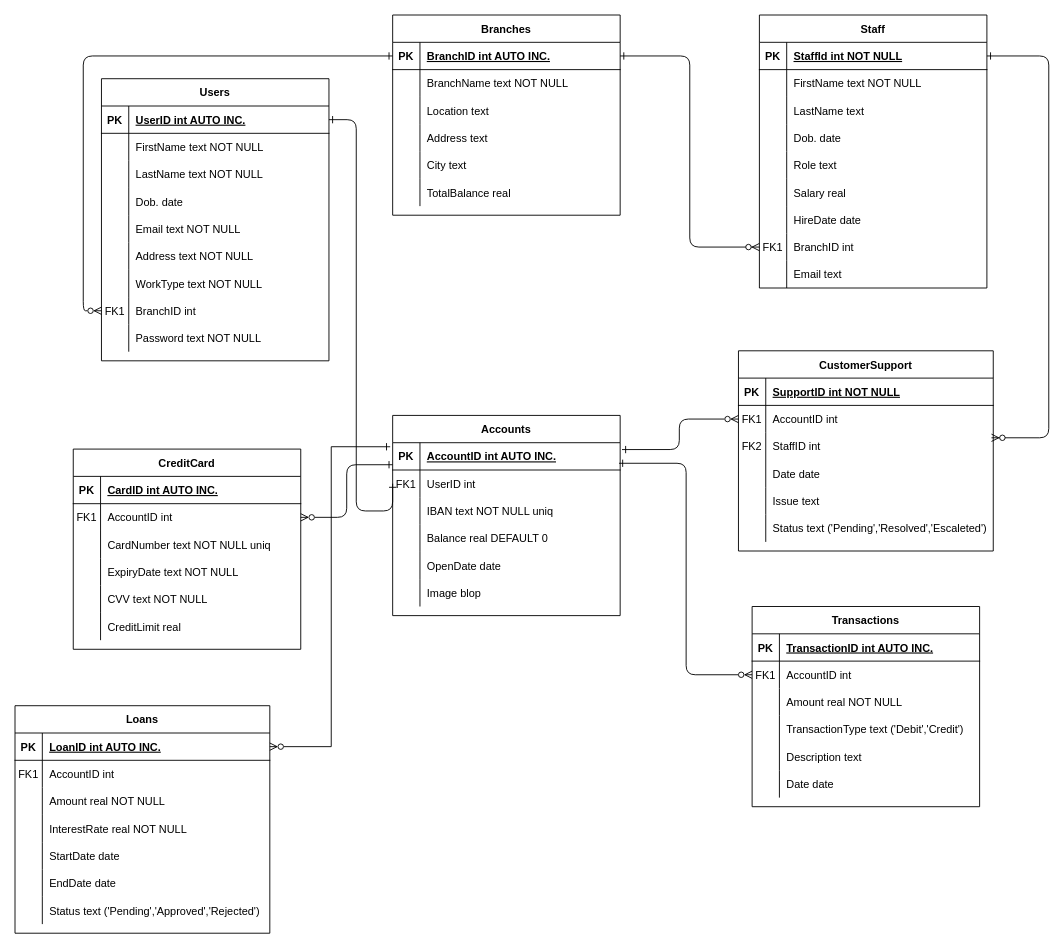
Above: NoteBank.drawio in Eneuss/NoteBank (draw.io), before the change. Source tidied: cells renumbered, new cells numbered last; positions are measured from the earlier drawing's top-left corner, leaving out a move shared by most shapes. Both pictures are drawn from the tidied source at 91%, with x=0, y=0 at pixel (15, 15).
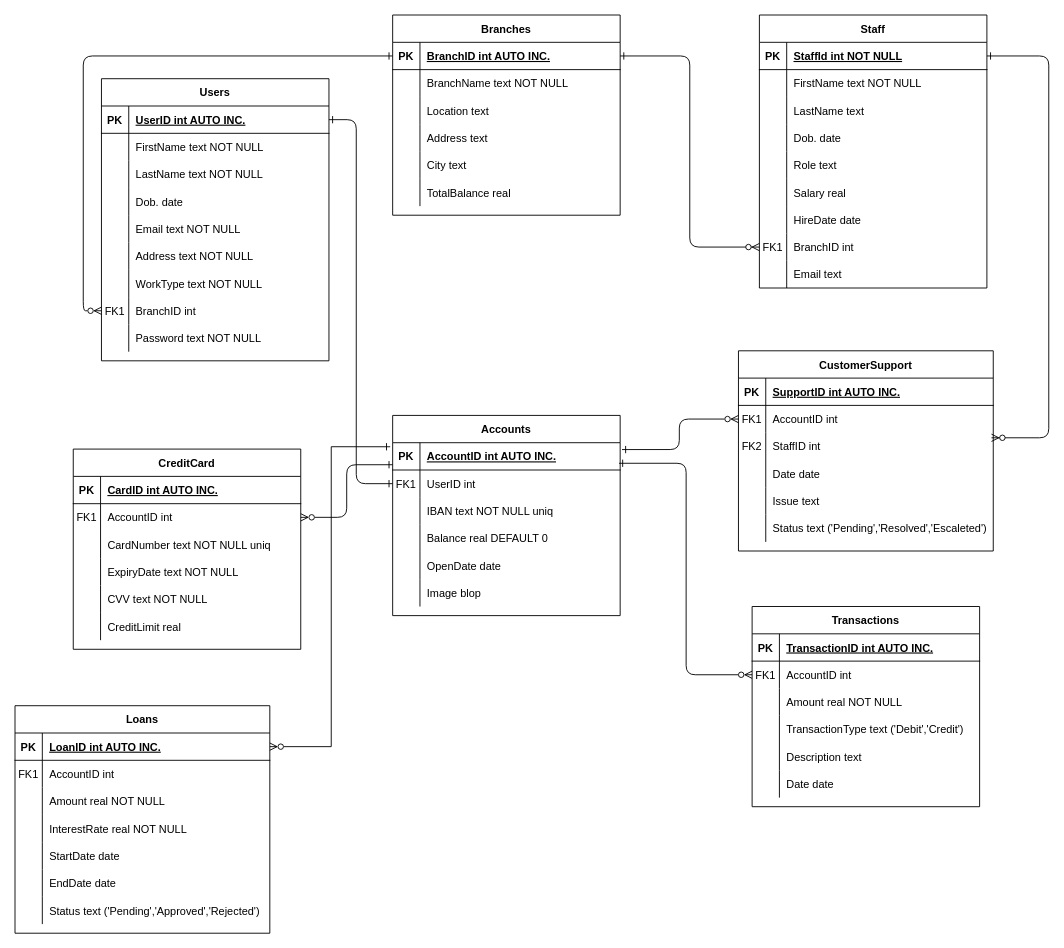
The same diagram, later.

Unchanged cells that the change refers to:
```xml
<mxCell id="33" style="shape=partialRectangle;fillColor=none;top=0;left=0;right=0;bottom=1;" parent="32" vertex="1">
  <mxGeometry y="30" width="280" height="30" as="geometry" />
</mxCell>
<mxCell id="71" style="shape=partialRectangle;fillColor=none;points=[[0,0.5],[1,0.5]];portConstraint=eastwest;top=0;left=0;right=0;bottom=1;" parent="70" vertex="1">
  <mxGeometry y="30" width="250" height="30" as="geometry" />
</mxCell>
<mxCell id="102" style="shape=partialRectangle;fillColor=none;points=[[0,0.5],[1,0.5]];portConstraint=eastwest;top=0;left=0;right=0;bottom=0;" parent="98" vertex="1">
  <mxGeometry y="60" width="250" height="30" as="geometry" />
</mxCell>
```

Change to the diagram source:
```diff
@@
-    <mxCell id="35" value="SupportID int NOT NULL " style="shape=partialRectangle;overflow=hidden;fillColor=none;top=0;left=0;bottom=0;right=0;align=left;spacingLeft=6;fontStyle=5;" parent="33" vertex="1">
+    <mxCell id="35" value="SupportID int AUTO INC. " style="shape=partialRectangle;overflow=hidden;fillColor=none;top=0;left=0;bottom=0;right=0;align=left;spacingLeft=6;fontStyle=5;" parent="33" vertex="1">
       <mxGeometry x="30" width="250" height="30" as="geometry" />
     </mxCell>
@@
     <mxCell id="180" style="endArrow=ERone;html=1;rounded=1;startArrow=ERone;startFill=0;endFill=0;edgeStyle=orthogonalEdgeStyle;curved=0;entryX=0;entryY=0.5;entryDx=0;entryDy=0;exitX=1;exitY=0.5;exitDx=0;exitDy=0;" parent="1" edge="1" source="71" target="102">
       <mxGeometry relative="1" as="geometry">
         <Array as="points">
           <mxPoint x="375" y="115" />
-          <mxPoint x="375" y="545" />
+          <mxPoint x="375" y="515" />
         </Array>
       </mxGeometry>
     </mxCell>
```
